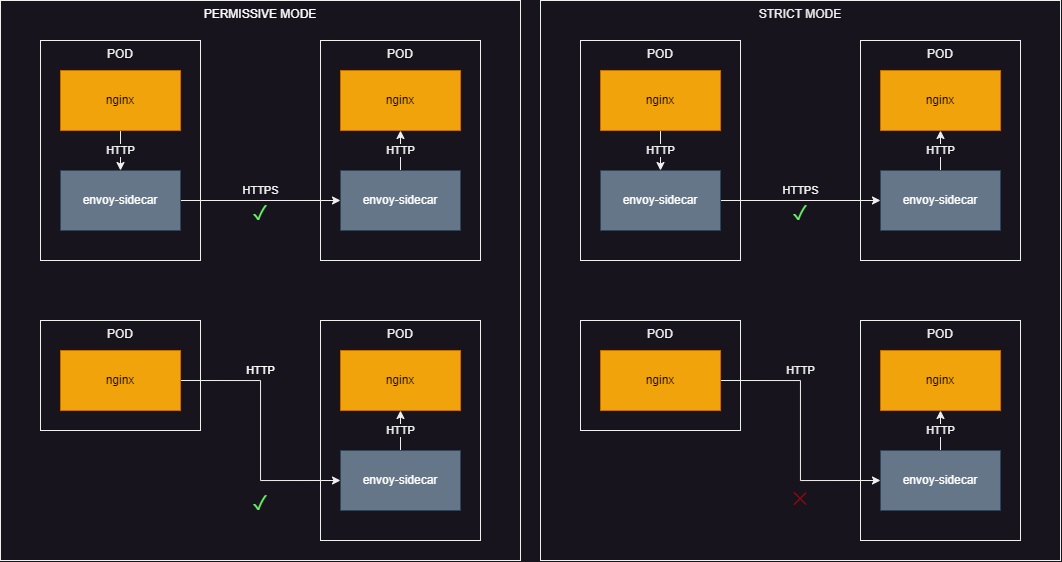
Before: 01_Technical/istio-mtls.png, a diagram exported from draw.io (ikrozhkov/opsfleet). Source tidied: cells renumbered, new cells last; positions are measured from the earlier drawing's top-left corner, leaving out a move shared by most shapes. The source it was exported from:
```xml
<mxGraphModel>
  <root>
    <mxCell id="0" />
    <mxCell id="1" parent="0" />
    <mxCell id="2" value="PERMISSIVE MODE" style="rounded=0;whiteSpace=wrap;html=1;verticalAlign=top;fontColor=#FFFFFF;" parent="1" vertex="1">
      <mxGeometry width="520" height="560" as="geometry" />
    </mxCell>
    <mxCell id="3" value="POD" style="rounded=0;whiteSpace=wrap;html=1;verticalAlign=top;" parent="1" vertex="1">
      <mxGeometry x="320" y="40" width="160" height="220" as="geometry" />
    </mxCell>
    <mxCell id="4" value="POD" style="rounded=0;whiteSpace=wrap;html=1;verticalAlign=top;" parent="1" vertex="1">
      <mxGeometry x="40" y="40" width="160" height="220" as="geometry" />
    </mxCell>
    <mxCell id="5" value="HTTP" style="edgeStyle=orthogonalEdgeStyle;rounded=0;jettySize=auto;html=1;" parent="1" edge="1" source="6" target="8">
      <mxGeometry relative="1" as="geometry" />
    </mxCell>
    <mxCell id="6" value="nginx" style="rounded=0;whiteSpace=wrap;html=1;fillColor=#f0a30a;fontColor=#000000;strokeColor=#BD7000;" parent="1" vertex="1">
      <mxGeometry x="60" y="70" width="120" height="60" as="geometry" />
    </mxCell>
    <mxCell id="7" value="HTTPS" style="edgeStyle=orthogonalEdgeStyle;rounded=0;jettySize=auto;html=1;exitX=1;exitY=0.5;exitDx=0;exitDy=0;entryX=0;entryY=0.5;entryDx=0;entryDy=0;labelBackgroundColor=none;fontColor=default;" parent="1" edge="1" source="8" target="11">
      <mxGeometry y="10" relative="1" as="geometry" />
    </mxCell>
    <mxCell id="8" value="envoy-sidecar" style="rounded=0;whiteSpace=wrap;html=1;fillColor=#647687;fontColor=#ffffff;strokeColor=#314354;" parent="1" vertex="1">
      <mxGeometry x="60" y="170" width="120" height="60" as="geometry" />
    </mxCell>
    <mxCell id="9" value="nginx" style="rounded=0;whiteSpace=wrap;html=1;fillColor=#f0a30a;fontColor=#000000;strokeColor=#BD7000;" parent="1" vertex="1">
      <mxGeometry x="340" y="70" width="120" height="60" as="geometry" />
    </mxCell>
    <mxCell id="10" value="HTTP" style="edgeStyle=orthogonalEdgeStyle;rounded=0;jettySize=auto;html=1;" parent="1" edge="1" source="11" target="9">
      <mxGeometry relative="1" as="geometry" />
    </mxCell>
    <mxCell id="11" value="envoy-sidecar" style="rounded=0;whiteSpace=wrap;html=1;fillColor=#647687;fontColor=#ffffff;strokeColor=#314354;" parent="1" vertex="1">
      <mxGeometry x="340" y="170" width="120" height="60" as="geometry" />
    </mxCell>
    <mxCell id="12" value="POD" style="rounded=0;whiteSpace=wrap;html=1;verticalAlign=top;" parent="1" vertex="1">
      <mxGeometry x="320" y="320" width="160" height="220" as="geometry" />
    </mxCell>
    <mxCell id="13" value="POD" style="rounded=0;whiteSpace=wrap;html=1;verticalAlign=top;" parent="1" vertex="1">
      <mxGeometry x="40" y="320" width="160" height="110" as="geometry" />
    </mxCell>
    <mxCell id="14" value="HTTP" style="edgeStyle=orthogonalEdgeStyle;rounded=0;jettySize=auto;html=1;exitX=1;exitY=0.5;exitDx=0;exitDy=0;entryX=0;entryY=0.5;entryDx=0;entryDy=0;labelBackgroundColor=none;fontColor=#FFFFFF;" parent="1" edge="1" source="15" target="18">
      <mxGeometry x="-0.38" y="10" relative="1" as="geometry">
        <mxPoint x="-10" y="-10" as="offset" />
      </mxGeometry>
    </mxCell>
    <mxCell id="15" value="nginx" style="rounded=0;whiteSpace=wrap;html=1;fillColor=#f0a30a;fontColor=#000000;strokeColor=#BD7000;" parent="1" vertex="1">
      <mxGeometry x="60" y="350" width="120" height="60" as="geometry" />
    </mxCell>
    <mxCell id="16" value="nginx" style="rounded=0;whiteSpace=wrap;html=1;fillColor=#f0a30a;fontColor=#000000;strokeColor=#BD7000;" parent="1" vertex="1">
      <mxGeometry x="340" y="350" width="120" height="60" as="geometry" />
    </mxCell>
    <mxCell id="17" value="HTTP" style="edgeStyle=orthogonalEdgeStyle;rounded=0;jettySize=auto;html=1;" parent="1" edge="1" source="18" target="16">
      <mxGeometry relative="1" as="geometry" />
    </mxCell>
    <mxCell id="18" value="envoy-sidecar" style="rounded=0;whiteSpace=wrap;html=1;fillColor=#647687;fontColor=#ffffff;strokeColor=#314354;" parent="1" vertex="1">
      <mxGeometry x="340" y="450" width="120" height="60" as="geometry" />
    </mxCell>
    <mxCell id="19" value="STRICT MODE" style="rounded=0;whiteSpace=wrap;html=1;verticalAlign=top;" parent="1" vertex="1">
      <mxGeometry x="540" width="520" height="560" as="geometry" />
    </mxCell>
    <mxCell id="20" value="POD" style="rounded=0;whiteSpace=wrap;html=1;verticalAlign=top;" parent="1" vertex="1">
      <mxGeometry x="860" y="40" width="160" height="220" as="geometry" />
    </mxCell>
    <mxCell id="21" value="POD" style="rounded=0;whiteSpace=wrap;html=1;verticalAlign=top;" parent="1" vertex="1">
      <mxGeometry x="580" y="40" width="160" height="220" as="geometry" />
    </mxCell>
    <mxCell id="22" value="HTTP" style="edgeStyle=orthogonalEdgeStyle;rounded=0;jettySize=auto;html=1;" parent="1" edge="1" source="23" target="25">
      <mxGeometry relative="1" as="geometry" />
    </mxCell>
    <mxCell id="23" value="nginx" style="rounded=0;whiteSpace=wrap;html=1;fillColor=#f0a30a;fontColor=#000000;strokeColor=#BD7000;" parent="1" vertex="1">
      <mxGeometry x="600" y="70" width="120" height="60" as="geometry" />
    </mxCell>
    <mxCell id="24" value="HTTPS" style="edgeStyle=orthogonalEdgeStyle;rounded=0;jettySize=auto;html=1;exitX=1;exitY=0.5;exitDx=0;exitDy=0;entryX=0;entryY=0.5;entryDx=0;entryDy=0;labelBackgroundColor=none;fontColor=default;" parent="1" edge="1" source="25" target="28">
      <mxGeometry y="10" relative="1" as="geometry" />
    </mxCell>
    <mxCell id="25" value="envoy-sidecar" style="rounded=0;whiteSpace=wrap;html=1;fillColor=#647687;fontColor=#ffffff;strokeColor=#314354;" parent="1" vertex="1">
      <mxGeometry x="600" y="170" width="120" height="60" as="geometry" />
    </mxCell>
    <mxCell id="26" value="nginx" style="rounded=0;whiteSpace=wrap;html=1;fillColor=#f0a30a;fontColor=#000000;strokeColor=#BD7000;" parent="1" vertex="1">
      <mxGeometry x="880" y="70" width="120" height="60" as="geometry" />
    </mxCell>
    <mxCell id="27" value="HTTP" style="edgeStyle=orthogonalEdgeStyle;rounded=0;jettySize=auto;html=1;" parent="1" edge="1" source="28" target="26">
      <mxGeometry relative="1" as="geometry" />
    </mxCell>
    <mxCell id="28" value="envoy-sidecar" style="rounded=0;whiteSpace=wrap;html=1;fillColor=#647687;fontColor=#ffffff;strokeColor=#314354;" parent="1" vertex="1">
      <mxGeometry x="880" y="170" width="120" height="60" as="geometry" />
    </mxCell>
    <mxCell id="29" value="POD" style="rounded=0;whiteSpace=wrap;html=1;verticalAlign=top;" parent="1" vertex="1">
      <mxGeometry x="860" y="320" width="160" height="220" as="geometry" />
    </mxCell>
    <mxCell id="30" value="POD" style="rounded=0;whiteSpace=wrap;html=1;verticalAlign=top;" parent="1" vertex="1">
      <mxGeometry x="580" y="320" width="160" height="110" as="geometry" />
    </mxCell>
    <mxCell id="31" value="HTTP" style="edgeStyle=orthogonalEdgeStyle;rounded=0;jettySize=auto;html=1;exitX=1;exitY=0.5;exitDx=0;exitDy=0;entryX=0;entryY=0.5;entryDx=0;entryDy=0;labelBackgroundColor=none;fontColor=default;" parent="1" edge="1" source="32" target="35">
      <mxGeometry x="-0.38" y="10" relative="1" as="geometry">
        <mxPoint x="-10" y="-10" as="offset" />
      </mxGeometry>
    </mxCell>
    <mxCell id="32" value="nginx" style="rounded=0;whiteSpace=wrap;html=1;fillColor=#f0a30a;fontColor=#000000;strokeColor=#BD7000;" parent="1" vertex="1">
      <mxGeometry x="600" y="350" width="120" height="60" as="geometry" />
    </mxCell>
    <mxCell id="33" value="nginx" style="rounded=0;whiteSpace=wrap;html=1;fillColor=#f0a30a;fontColor=#000000;strokeColor=#BD7000;" parent="1" vertex="1">
      <mxGeometry x="880" y="350" width="120" height="60" as="geometry" />
    </mxCell>
    <mxCell id="34" value="HTTP" style="edgeStyle=orthogonalEdgeStyle;rounded=0;jettySize=auto;html=1;" parent="1" edge="1" source="35" target="33">
      <mxGeometry relative="1" as="geometry" />
    </mxCell>
    <mxCell id="35" value="envoy-sidecar" style="rounded=0;whiteSpace=wrap;html=1;fillColor=#647687;fontColor=#ffffff;strokeColor=#314354;" parent="1" vertex="1">
      <mxGeometry x="880" y="450" width="120" height="60" as="geometry" />
    </mxCell>
    <mxCell id="36" value="&#10;&lt;b style=&quot;font-weight: 500; font-family: &amp;quot;Google Sans&amp;quot;, arial, sans-serif; font-size: 20px; font-style: normal; font-variant-ligatures: normal; font-variant-caps: normal; letter-spacing: normal; orphans: 2; text-align: left; text-indent: 0px; text-transform: none; widows: 2; word-spacing: 0px; -webkit-text-stroke-width: 0px; text-decoration-thickness: initial; text-decoration-style: initial; text-decoration-color: initial;&quot;&gt;✓&lt;/b&gt;&#10;&#10;" style="rounded=0;whiteSpace=wrap;html=1;fontColor=#66FF66;labelBackgroundColor=none;strokeColor=none;opacity=0;" parent="1" vertex="1">
      <mxGeometry x="240" y="490" width="40" height="40" as="geometry" />
    </mxCell>
    <mxCell id="37" value="&#10;&lt;b style=&quot;font-weight: 500; font-family: &amp;quot;Google Sans&amp;quot;, arial, sans-serif; font-size: 20px; font-style: normal; font-variant-ligatures: normal; font-variant-caps: normal; letter-spacing: normal; orphans: 2; text-align: left; text-indent: 0px; text-transform: none; widows: 2; word-spacing: 0px; -webkit-text-stroke-width: 0px; text-decoration-thickness: initial; text-decoration-style: initial; text-decoration-color: initial;&quot;&gt;✓&lt;/b&gt;&#10;&#10;" style="rounded=0;whiteSpace=wrap;html=1;fontColor=#66FF66;labelBackgroundColor=none;strokeColor=none;opacity=0;" parent="1" vertex="1">
      <mxGeometry x="240" y="200" width="40" height="40" as="geometry" />
    </mxCell>
    <mxCell id="38" value="&#10;&lt;b style=&quot;font-weight: 500; font-family: &amp;quot;Google Sans&amp;quot;, arial, sans-serif; font-size: 20px; font-style: normal; font-variant-ligatures: normal; font-variant-caps: normal; letter-spacing: normal; orphans: 2; text-align: left; text-indent: 0px; text-transform: none; widows: 2; word-spacing: 0px; -webkit-text-stroke-width: 0px; text-decoration-thickness: initial; text-decoration-style: initial; text-decoration-color: initial;&quot;&gt;✓&lt;/b&gt;&#10;&#10;" style="rounded=0;whiteSpace=wrap;html=1;fontColor=#66FF66;labelBackgroundColor=none;strokeColor=none;opacity=0;" parent="1" vertex="1">
      <mxGeometry x="780" y="200" width="40" height="40" as="geometry" />
    </mxCell>
    <mxCell id="39" value="╳" style="rounded=0;whiteSpace=wrap;html=1;fontColor=#FF0000;strokeColor=none;opacity=0;" parent="1" vertex="1">
      <mxGeometry x="780" y="475" width="40" height="45" as="geometry" />
    </mxCell>
  </root>
</mxGraphModel>
```
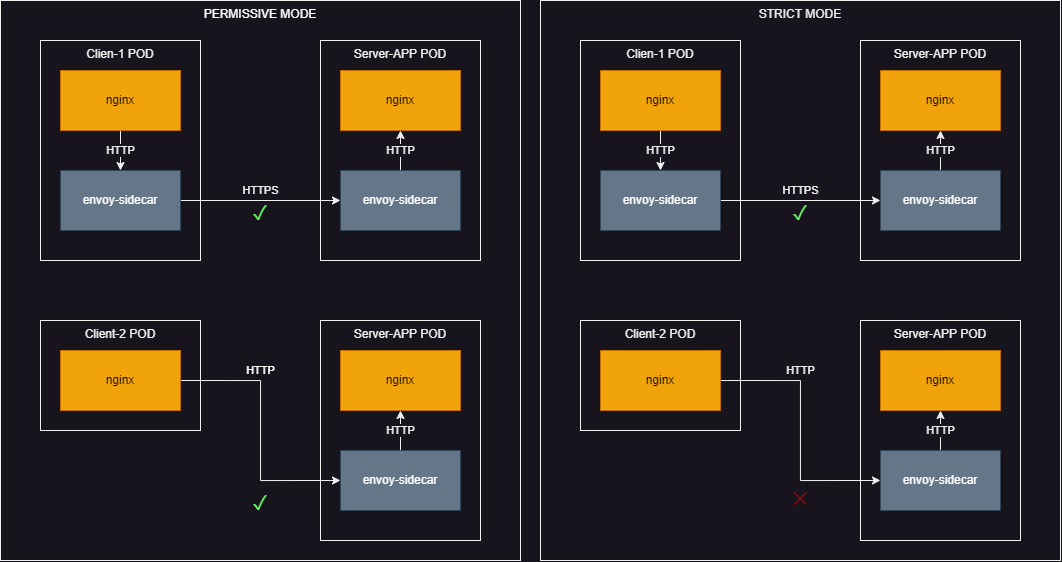
The same diagram one commit later.

What changed in the source:
```diff
@@ -5,10 +5,10 @@
     <mxCell id="2" value="PERMISSIVE MODE" style="rounded=0;whiteSpace=wrap;html=1;verticalAlign=top;fontColor=#FFFFFF;" parent="1" vertex="1">
       <mxGeometry width="520" height="560" as="geometry" />
     </mxCell>
-    <mxCell id="3" value="POD" style="rounded=0;whiteSpace=wrap;html=1;verticalAlign=top;" parent="1" vertex="1">
+    <mxCell id="3" value="Server-APP POD" style="rounded=0;whiteSpace=wrap;html=1;verticalAlign=top;" parent="1" vertex="1">
       <mxGeometry x="320" y="40" width="160" height="220" as="geometry" />
     </mxCell>
-    <mxCell id="4" value="POD" style="rounded=0;whiteSpace=wrap;html=1;verticalAlign=top;" parent="1" vertex="1">
+    <mxCell id="4" value="Clien-1 POD" style="rounded=0;whiteSpace=wrap;html=1;verticalAlign=top;" parent="1" vertex="1">
       <mxGeometry x="40" y="40" width="160" height="220" as="geometry" />
     </mxCell>
     <mxCell id="5" value="HTTP" style="edgeStyle=orthogonalEdgeStyle;rounded=0;jettySize=auto;html=1;" parent="1" edge="1" source="6" target="8">
@@ -32,10 +32,10 @@
     <mxCell id="11" value="envoy-sidecar" style="rounded=0;whiteSpace=wrap;html=1;fillColor=#647687;fontColor=#ffffff;strokeColor=#314354;" parent="1" vertex="1">
       <mxGeometry x="340" y="170" width="120" height="60" as="geometry" />
     </mxCell>
-    <mxCell id="12" value="POD" style="rounded=0;whiteSpace=wrap;html=1;verticalAlign=top;" parent="1" vertex="1">
+    <mxCell id="12" value="Server-APP POD" style="rounded=0;whiteSpace=wrap;html=1;verticalAlign=top;" parent="1" vertex="1">
       <mxGeometry x="320" y="320" width="160" height="220" as="geometry" />
     </mxCell>
-    <mxCell id="13" value="POD" style="rounded=0;whiteSpace=wrap;html=1;verticalAlign=top;" parent="1" vertex="1">
+    <mxCell id="13" value="Client-2 POD" style="rounded=0;whiteSpace=wrap;html=1;verticalAlign=top;" parent="1" vertex="1">
       <mxGeometry x="40" y="320" width="160" height="110" as="geometry" />
     </mxCell>
     <mxCell id="14" value="HTTP" style="edgeStyle=orthogonalEdgeStyle;rounded=0;jettySize=auto;html=1;exitX=1;exitY=0.5;exitDx=0;exitDy=0;entryX=0;entryY=0.5;entryDx=0;entryDy=0;labelBackgroundColor=none;fontColor=#FFFFFF;" parent="1" edge="1" source="15" target="18">
@@ -58,10 +58,10 @@
     <mxCell id="19" value="STRICT MODE" style="rounded=0;whiteSpace=wrap;html=1;verticalAlign=top;" parent="1" vertex="1">
       <mxGeometry x="540" width="520" height="560" as="geometry" />
     </mxCell>
-    <mxCell id="20" value="POD" style="rounded=0;whiteSpace=wrap;html=1;verticalAlign=top;" parent="1" vertex="1">
+    <mxCell id="20" value="Server-APP POD" style="rounded=0;whiteSpace=wrap;html=1;verticalAlign=top;" parent="1" vertex="1">
       <mxGeometry x="860" y="40" width="160" height="220" as="geometry" />
     </mxCell>
-    <mxCell id="21" value="POD" style="rounded=0;whiteSpace=wrap;html=1;verticalAlign=top;" parent="1" vertex="1">
+    <mxCell id="21" value="Clien-1 POD" style="rounded=0;whiteSpace=wrap;html=1;verticalAlign=top;" parent="1" vertex="1">
       <mxGeometry x="580" y="40" width="160" height="220" as="geometry" />
     </mxCell>
     <mxCell id="22" value="HTTP" style="edgeStyle=orthogonalEdgeStyle;rounded=0;jettySize=auto;html=1;" parent="1" edge="1" source="23" target="25">
@@ -85,10 +85,10 @@
     <mxCell id="28" value="envoy-sidecar" style="rounded=0;whiteSpace=wrap;html=1;fillColor=#647687;fontColor=#ffffff;strokeColor=#314354;" parent="1" vertex="1">
       <mxGeometry x="880" y="170" width="120" height="60" as="geometry" />
     </mxCell>
-    <mxCell id="29" value="POD" style="rounded=0;whiteSpace=wrap;html=1;verticalAlign=top;" parent="1" vertex="1">
+    <mxCell id="29" value="Server-APP POD" style="rounded=0;whiteSpace=wrap;html=1;verticalAlign=top;" parent="1" vertex="1">
       <mxGeometry x="860" y="320" width="160" height="220" as="geometry" />
     </mxCell>
-    <mxCell id="30" value="POD" style="rounded=0;whiteSpace=wrap;html=1;verticalAlign=top;" parent="1" vertex="1">
+    <mxCell id="30" value="Client-2 POD" style="rounded=0;whiteSpace=wrap;html=1;verticalAlign=top;" parent="1" vertex="1">
       <mxGeometry x="580" y="320" width="160" height="110" as="geometry" />
     </mxCell>
     <mxCell id="31" value="HTTP" style="edgeStyle=orthogonalEdgeStyle;rounded=0;jettySize=auto;html=1;exitX=1;exitY=0.5;exitDx=0;exitDy=0;entryX=0;entryY=0.5;entryDx=0;entryDy=0;labelBackgroundColor=none;fontColor=default;" parent="1" edge="1" source="32" target="35">
```
